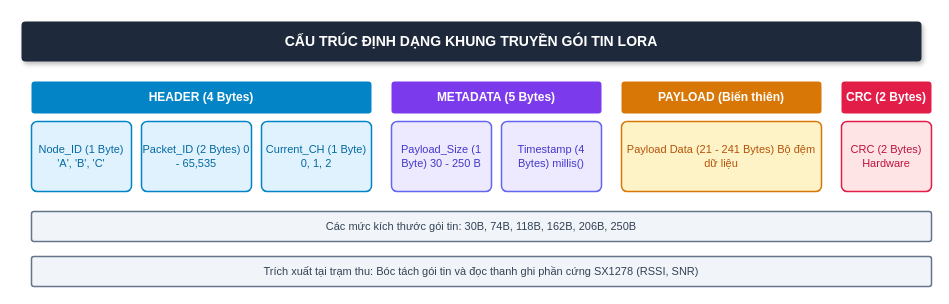
Above: figs/07_dinh_dang_khung_truyen_goi_tin.drawio in Brauuwu/LoRa_TinyML_Hopping (draw.io), before the change. Source tidied: cells renumbered, new cells numbered last; positions are measured from the earlier drawing's top-left corner, leaving out a move shared by most shapes. Both pictures are drawn from the tidied source at 100%, with x=0, y=0 at pixel (21, 21).
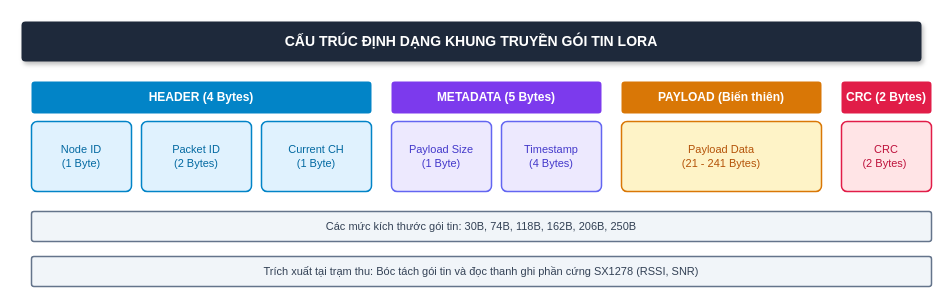
The same page after the edit.

What changed in the source:
```diff
@@
 <mxGraphModel background="#ffffff">
   <root>
     <mxCell id="0" />
     <mxCell id="1" parent="0" />
     <mxCell id="2" value="CẤU TRÚC ĐỊNH DẠNG KHUNG TRUYỀN GÓI TIN LORA" style="rounded=1;whiteSpace=wrap;html=1;fillColor=#1e293b;strokeColor=none;fontColor=#ffffff;fontStyle=1;fontSize=14;shadow=1;arcSize=10;" parent="1" vertex="1">
       <mxGeometry width="900" height="40" as="geometry" />
     </mxCell>
     <mxCell id="3" value="HEADER (4 Bytes)" style="rounded=1;whiteSpace=wrap;html=1;fillColor=#0284c7;strokeColor=none;fontColor=#ffffff;fontStyle=1;fontSize=12;arcSize=10;" parent="1" vertex="1">
       <mxGeometry x="10" y="60" width="340" height="32" as="geometry" />
     </mxCell>
     <mxCell id="4" value="METADATA (5 Bytes)" style="rounded=1;whiteSpace=wrap;html=1;fillColor=#7c3aed;strokeColor=none;fontColor=#ffffff;fontStyle=1;fontSize=12;arcSize=10;" parent="1" vertex="1">
       <mxGeometry x="370" y="60" width="210" height="32" as="geometry" />
     </mxCell>
     <mxCell id="5" value="PAYLOAD (Biến thiên)" style="rounded=1;whiteSpace=wrap;html=1;fillColor=#d97706;strokeColor=none;fontColor=#ffffff;fontStyle=1;fontSize=12;arcSize=10;" parent="1" vertex="1">
       <mxGeometry x="600" y="60" width="200" height="32" as="geometry" />
     </mxCell>
     <mxCell id="6" value="CRC (2 Bytes)" style="rounded=1;whiteSpace=wrap;html=1;fillColor=#e11d48;strokeColor=none;fontColor=#ffffff;fontStyle=1;fontSize=12;arcSize=10;" parent="1" vertex="1">
       <mxGeometry x="820" y="60" width="90" height="32" as="geometry" />
     </mxCell>
-    <mxCell id="7" value="Node_ID (1 Byte) 'A', 'B', 'C'" style="rounded=1;whiteSpace=wrap;html=1;fillColor=#e0f2fe;strokeColor=#0284c7;strokeWidth=1.5;fontColor=#0369a1;fontSize=11;arcSize=8;" parent="1" vertex="1">
+    <mxCell id="7" value="Node ID&lt;div&gt;(1 Byte)&lt;/div&gt;" style="rounded=1;whiteSpace=wrap;html=1;fillColor=#e0f2fe;strokeColor=#0284c7;strokeWidth=1.5;fontColor=#0369a1;fontSize=11;arcSize=8;align=center;" parent="1" vertex="1">
       <mxGeometry x="10" y="100" width="100" height="70" as="geometry" />
     </mxCell>
-    <mxCell id="8" value="Packet_ID (2 Bytes) 0 - 65,535" style="rounded=1;whiteSpace=wrap;html=1;fillColor=#e0f2fe;strokeColor=#0284c7;strokeWidth=1.5;fontColor=#0369a1;fontSize=11;arcSize=8;" parent="1" vertex="1">
+    <mxCell id="8" value="Packet ID&lt;div&gt;(2 Bytes)&lt;/div&gt;" style="rounded=1;whiteSpace=wrap;html=1;fillColor=#e0f2fe;strokeColor=#0284c7;strokeWidth=1.5;fontColor=#0369a1;fontSize=11;arcSize=8;" parent="1" vertex="1">
       <mxGeometry x="120" y="100" width="110" height="70" as="geometry" />
     </mxCell>
-    <mxCell id="9" value="Current_CH (1 Byte) 0, 1, 2" style="rounded=1;whiteSpace=wrap;html=1;fillColor=#e0f2fe;strokeColor=#0284c7;strokeWidth=1.5;fontColor=#0369a1;fontSize=11;arcSize=8;" parent="1" vertex="1">
+    <mxCell id="9" value="Current CH&lt;div&gt;(1 Byte)&lt;/div&gt;" style="rounded=1;whiteSpace=wrap;html=1;fillColor=#e0f2fe;strokeColor=#0284c7;strokeWidth=1.5;fontColor=#0369a1;fontSize=11;arcSize=8;" parent="1" vertex="1">
       <mxGeometry x="240" y="100" width="110" height="70" as="geometry" />
     </mxCell>
-    <mxCell id="10" value="Payload_Size (1 Byte) 30 - 250 B" style="rounded=1;whiteSpace=wrap;html=1;fillColor=#ede9fe;strokeColor=#6366f1;strokeWidth=1.5;fontColor=#4338ca;fontSize=11;arcSize=8;" parent="1" vertex="1">
+    <mxCell id="10" value="Payload Size&lt;div&gt;(1 Byte)&lt;/div&gt;" style="rounded=1;whiteSpace=wrap;html=1;fillColor=#ede9fe;strokeColor=#6366f1;strokeWidth=1.5;fontColor=#4338ca;fontSize=11;arcSize=8;" parent="1" vertex="1">
       <mxGeometry x="370" y="100" width="100" height="70" as="geometry" />
     </mxCell>
-    <mxCell id="11" value="Timestamp (4 Bytes) millis()" style="rounded=1;whiteSpace=wrap;html=1;fillColor=#ede9fe;strokeColor=#6366f1;strokeWidth=1.5;fontColor=#4338ca;fontSize=11;arcSize=8;" parent="1" vertex="1">
+    <mxCell id="11" value="Timestamp&lt;div&gt;(4 Bytes)&lt;/div&gt;" style="rounded=1;whiteSpace=wrap;html=1;fillColor=#ede9fe;strokeColor=#6366f1;strokeWidth=1.5;fontColor=#4338ca;fontSize=11;arcSize=8;" parent="1" vertex="1">
       <mxGeometry x="480" y="100" width="100" height="70" as="geometry" />
     </mxCell>
-    <mxCell id="12" value="Payload Data (21 - 241 Bytes) Bộ đệm dữ liệu" style="rounded=1;whiteSpace=wrap;html=1;fillColor=#fef3c7;strokeColor=#d97706;strokeWidth=1.5;fontColor=#b45309;fontSize=11;arcSize=8;" parent="1" vertex="1">
+    <mxCell id="12" value="Payload Data&lt;div&gt;(21 - 241 Bytes)&lt;/div&gt;" style="rounded=1;whiteSpace=wrap;html=1;fillColor=#fef3c7;strokeColor=#d97706;strokeWidth=1.5;fontColor=#b45309;fontSize=11;arcSize=8;" parent="1" vertex="1">
       <mxGeometry x="600" y="100" width="200" height="70" as="geometry" />
     </mxCell>
-    <mxCell id="13" value="CRC (2 Bytes) Hardware" style="rounded=1;whiteSpace=wrap;html=1;fillColor=#ffe4e6;strokeColor=#e11d48;strokeWidth=1.5;fontColor=#be123c;fontSize=11;arcSize=8;" parent="1" vertex="1">
+    <mxCell id="13" value="CRC&lt;div&gt;(2 Bytes)&amp;nbsp;&lt;/div&gt;" style="rounded=1;whiteSpace=wrap;html=1;fillColor=#ffe4e6;strokeColor=#e11d48;strokeWidth=1.5;fontColor=#be123c;fontSize=11;arcSize=8;" parent="1" vertex="1">
       <mxGeometry x="820" y="100" width="90" height="70" as="geometry" />
     </mxCell>
     <mxCell id="14" value="Các mức kích thước gói tin: 30B, 74B, 118B, 162B, 206B, 250B" style="rounded=1;whiteSpace=wrap;html=1;fillColor=#f1f5f9;strokeColor=#64748b;strokeWidth=1.5;fontColor=#334155;fontSize=11;arcSize=8;" parent="1" vertex="1">
       <mxGeometry x="10" y="190" width="900" height="30" as="geometry" />
     </mxCell>
     <mxCell id="15" value="Trích xuất tại trạm thu: Bóc tách gói tin và đọc thanh ghi phần cứng SX1278 (RSSI, SNR)" style="rounded=1;whiteSpace=wrap;html=1;fillColor=#f1f5f9;strokeColor=#64748b;strokeWidth=1.5;fontColor=#334155;fontSize=11;arcSize=8;" parent="1" vertex="1">
       <mxGeometry x="10" y="235" width="900" height="30" as="geometry" />
     </mxCell>
   </root>
 </mxGraphModel>
```
